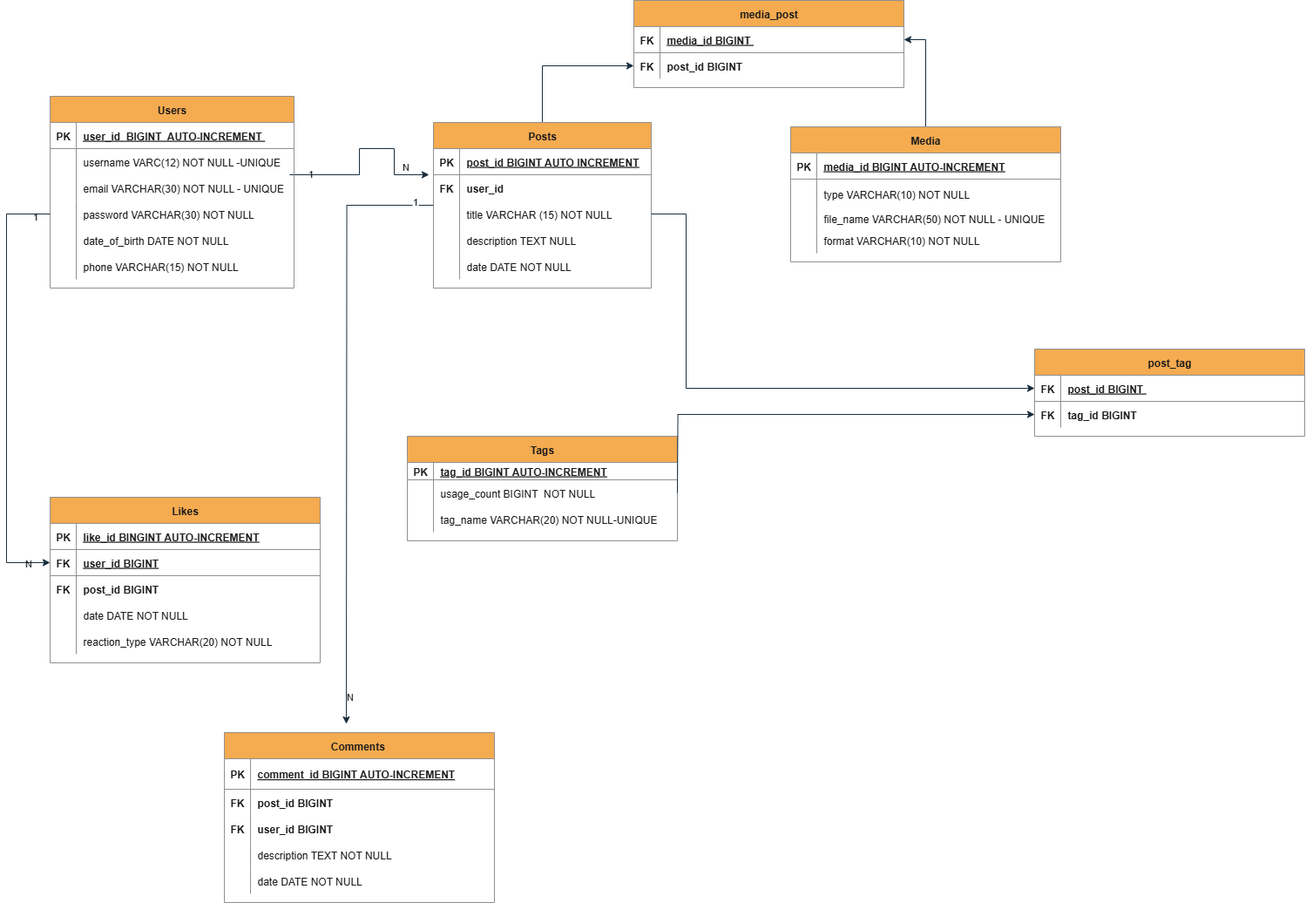
Earlier version of the draw.io export DIagramma ER - Social-platform.png (MichelangelaPaesano/social-platform). Source tidied: cells renumbered, new cells last; positions are measured from the earlier drawing's top-left corner, leaving out a move shared by most shapes.
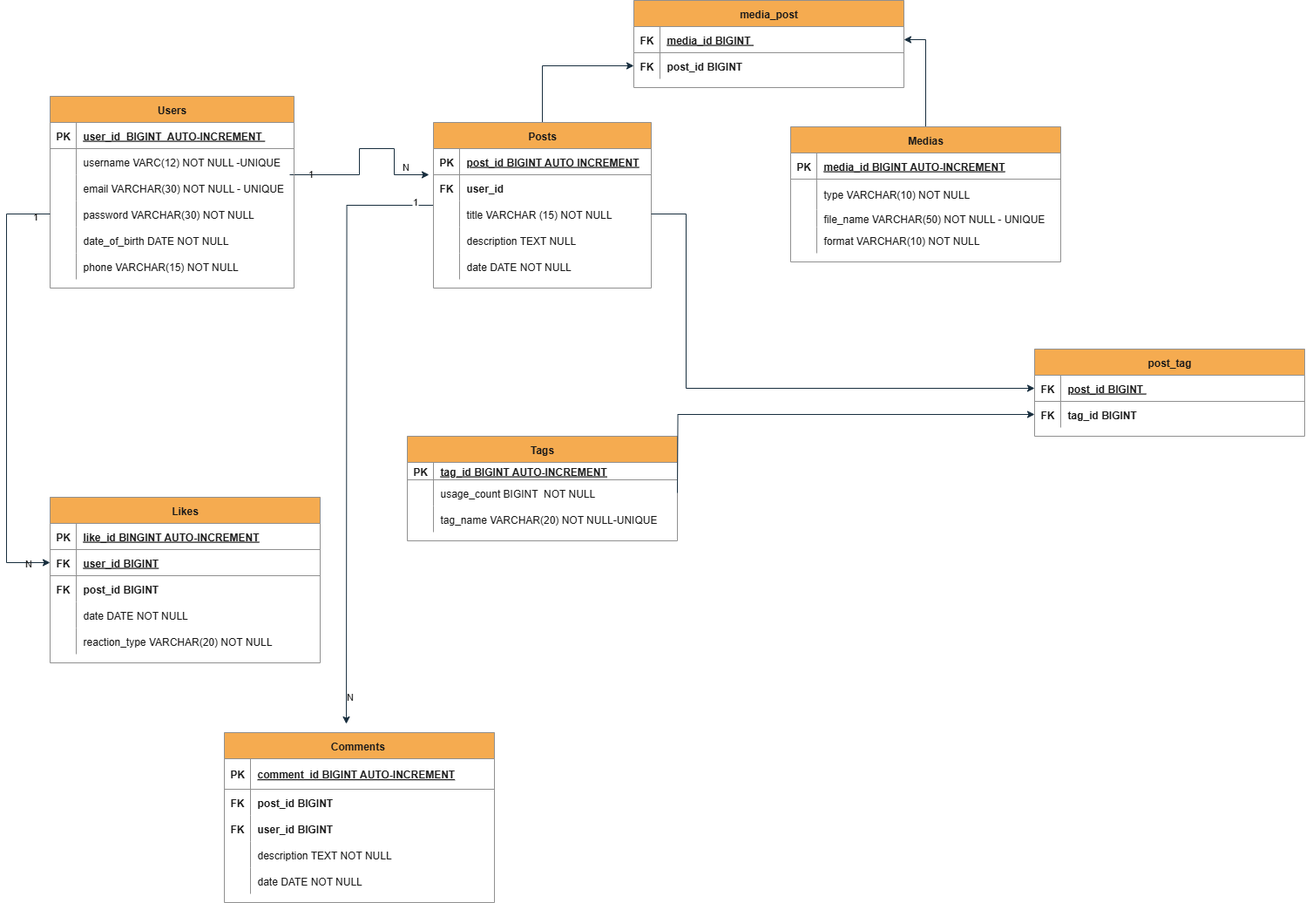
Later version of the same file.

Commit message:
modifica nome

Diff of the diagram source:
```diff
@@ -5,7 +5,7 @@
     <mxCell id="2" style="edgeStyle=orthogonalEdgeStyle;rounded=0;jettySize=auto;html=1;labelBackgroundColor=none;strokeColor=#182E3E;fontColor=default;" parent="1" edge="1" source="3" target="101">
       <mxGeometry relative="1" as="geometry" />
     </mxCell>
-    <mxCell id="3" value="Media" style="shape=table;startSize=30;rowLines=0;fontStyle=1;align=center;labelBackgroundColor=none;fillColor=#F5AB50;strokeColor=#909090;fontColor=#1A1A1A;" parent="1" vertex="1">
+    <mxCell id="3" value="Medias" style="shape=table;startSize=30;rowLines=0;fontStyle=1;align=center;labelBackgroundColor=none;fillColor=#F5AB50;strokeColor=#909090;fontColor=#1A1A1A;" parent="1" vertex="1">
       <mxGeometry x="900" y="145" width="310" height="155" as="geometry" />
     </mxCell>
     <mxCell id="4" style="shape=partialRectangle;fillColor=none;top=0;left=0;right=0;bottom=1;labelBackgroundColor=none;strokeColor=#909090;fontColor=#1A1A1A;" parent="3" vertex="1">
```
